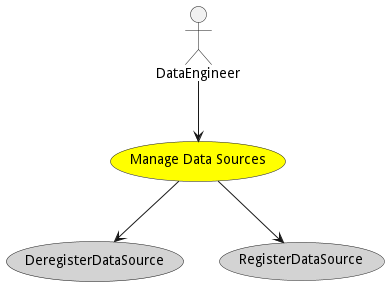
Above: docs/edgemere/diml/dml/usecases/ManageDataSources/Activities.png in madajaju/edgemere (PlantUML), before the change.
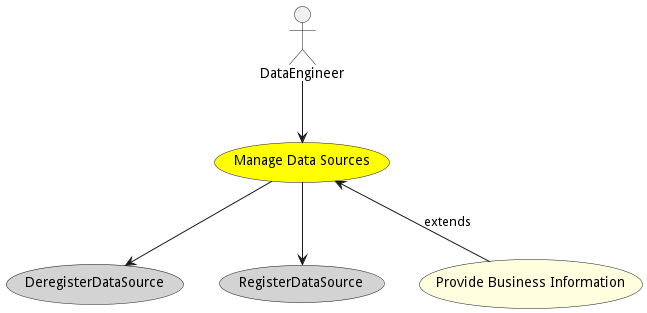
Later version of the same file.

Diff of the diagram source:
```diff
@@ -19,6 +19,10 @@
 
 
 
+usecase "Provide Business Information" as ProvideBusinessInformation #lightyellow
+
+ManageDataSources <-- ProvideBusinessInformation : extends
+
 
 
 
```
